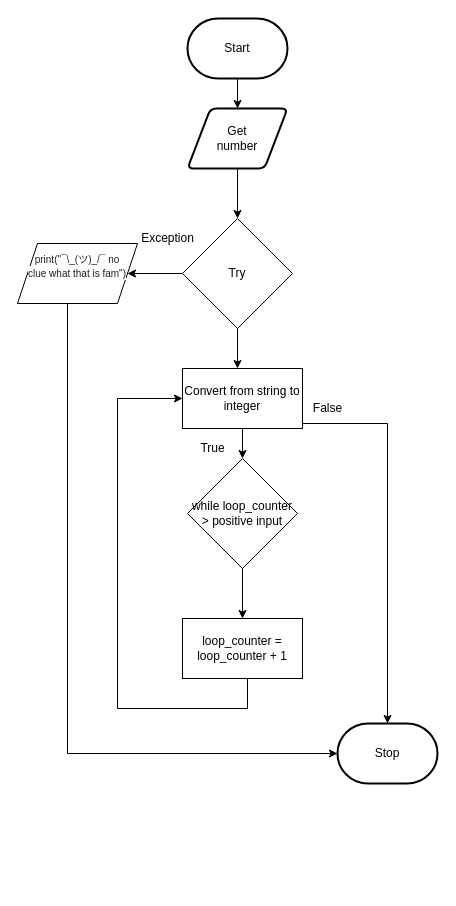
Before: flowchart.drawio in Huzaifa-Khalid-2/ICS3U-Unit4-01-Python, a draw.io diagram. Source tidied: cells renumbered, new cells numbered last; positions are measured from the earlier drawing's top-left corner, leaving out a move shared by most shapes. Both pictures are drawn from the tidied source at 100%, with x=0, y=0 at pixel (17, 18).
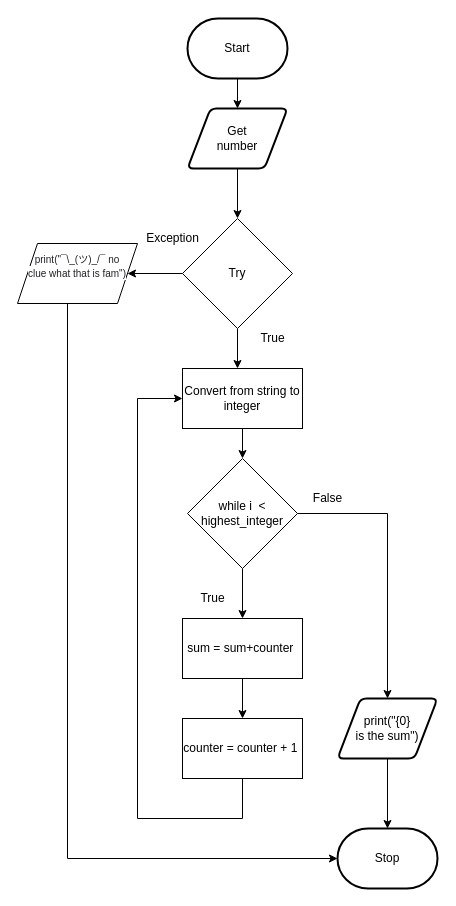
After the change.

Unchanged cells that the change refers to:
```xml
<mxCell id="15" value="&lt;span&gt;Convert from string to integer&lt;br&gt;&lt;/span&gt;" style="rounded=0;whiteSpace=wrap;html=1;" parent="1" vertex="1">
  <mxGeometry x="165" y="350" width="120" height="60" as="geometry" />
</mxCell>
<mxCell id="20" value="&lt;span id=&quot;docs-internal-guid-19b71a2f-7fff-7871-aa85-9836926f7299&quot;&gt;&lt;span style=&quot;font-family: &amp;#34;arial&amp;#34; ; color: rgb(32 , 33 , 36) ; background-color: rgb(255 , 255 , 255) ; vertical-align: baseline&quot;&gt;&lt;font style=&quot;font-size: 10px&quot;&gt;print(&quot;¯\_(ツ)_/¯ no &lt;br&gt;clue what that is fam&quot;)&lt;br&gt;&lt;br&gt;&lt;/font&gt;&lt;/span&gt;&lt;/span&gt;" style="shape=parallelogram;perimeter=parallelogramPerimeter;whiteSpace=wrap;html=1;fixedSize=1;" parent="1" vertex="1">
  <mxGeometry y="225" width="120" height="60" as="geometry" />
</mxCell>
```

Diff of the diagram source:
```diff
@@
     <mxCell id="4" value="Stop" style="strokeWidth=2;html=1;shape=mxgraph.flowchart.terminator;whiteSpace=wrap;" parent="1" vertex="1">
-      <mxGeometry x="320" y="705" width="100" height="60" as="geometry" />
+      <mxGeometry x="320" y="810" width="100" height="60" as="geometry" />
     </mxCell>
-    <mxCell id="5" style="edgeStyle=elbowEdgeStyle;html=1;elbow=vertical;entryX=0.5;entryY=0;entryDx=0;entryDy=0;rounded=0;exitX=1;exitY=0.5;exitDx=0;exitDy=0;entryPerimeter=0;" parent="1" edge="1" target="4">
+    <mxCell id="5" style="edgeStyle=elbowEdgeStyle;html=1;elbow=vertical;rounded=0;exitX=1;exitY=0.5;exitDx=0;exitDy=0;" parent="1" edge="1" source="17">
       <mxGeometry relative="1" as="geometry">
-        <mxPoint x="275" y="405" as="sourcePoint" />
+        <mxPoint x="370" y="680" as="targetPoint" />
         <Array as="points">
+          <mxPoint x="340" y="495" />
+          <mxPoint x="360" y="490" />
           <mxPoint x="320" y="405" />
         </Array>
       </mxGeometry>
     </mxCell>
+    <mxCell id="22" style="edgeStyle=none;html=1;" parent="1" edge="1" source="6" target="23">
+      <mxGeometry relative="1" as="geometry" />
+    </mxCell>
-    <mxCell id="6" value="&lt;span&gt;loop_counter = loop_counter + 1&lt;br&gt;&lt;/span&gt;" style="rounded=0;whiteSpace=wrap;html=1;" parent="1" vertex="1">
+    <mxCell id="6" value="&lt;span&gt;sum = sum+counter&amp;nbsp;&lt;br&gt;&lt;/span&gt;" style="rounded=0;whiteSpace=wrap;html=1;" parent="1" vertex="1">
       <mxGeometry x="165" y="600" width="120" height="60" as="geometry" />
     </mxCell>
-    <mxCell id="7" style="edgeStyle=orthogonalEdgeStyle;rounded=0;html=1;entryX=0;entryY=0.5;entryDx=0;entryDy=0;" parent="1" edge="1" target="15">
-      <mxGeometry relative="1" as="geometry">
-        <mxPoint x="220" y="660" as="sourcePoint" />
-        <Array as="points">
-          <mxPoint x="230" y="660" />
-          <mxPoint x="230" y="690" />
-          <mxPoint x="100" y="690" />
-          <mxPoint x="100" y="380" />
-        </Array>
-      </mxGeometry>
-    </mxCell>
     <mxCell id="8" value="False" style="text;html=1;align=center;verticalAlign=middle;strokeColor=none;fillColor=none;" parent="1" vertex="1">
-      <mxGeometry x="285" y="380" width="50" height="20" as="geometry" />
+      <mxGeometry x="285" y="470" width="50" height="20" as="geometry" />
     </mxCell>
@@
-    <mxCell id="17" value="while loop_counter &amp;gt; positive input" style="rhombus;whiteSpace=wrap;html=1;" parent="1" vertex="1">
+    <mxCell id="17" value="while i&amp;nbsp; &amp;lt; highest_integer" style="rhombus;whiteSpace=wrap;html=1;" parent="1" vertex="1">
       <mxGeometry x="170" y="440" width="110" height="110" as="geometry" />
     </mxCell>
-    <mxCell id="18" value="True" style="text;html=1;align=center;verticalAlign=middle;strokeColor=none;fillColor=none;" parent="1" vertex="1">
-      <mxGeometry x="175" y="420" width="40" height="20" as="geometry" />
-    </mxCell>
-    <mxCell id="19" style="edgeStyle=elbowEdgeStyle;rounded=0;html=1;fontSize=10;entryX=0;entryY=0.5;entryDx=0;entryDy=0;entryPerimeter=0;" parent="1" edge="1" source="20" target="4">
+    <mxCell id="19" style="edgeStyle=elbowEdgeStyle;html=1;entryX=0;entryY=0.5;entryDx=0;entryDy=0;rounded=0;entryPerimeter=0;" parent="1" edge="1" source="20" target="4">
       <mxGeometry relative="1" as="geometry">
         <Array as="points">
+          <mxPoint x="50" y="840" />
           <mxPoint x="50" y="310" />
-          <mxPoint x="60" y="350" />
+          <mxPoint x="60" y="300" />
+          <mxPoint x="50" y="508" />
         </Array>
       </mxGeometry>
     </mxCell>
@@
     <mxCell id="21" value="Exception" style="text;html=1;align=center;verticalAlign=middle;strokeColor=none;fillColor=none;" parent="1" vertex="1">
-      <mxGeometry x="115" y="210" width="70" height="20" as="geometry" />
+      <mxGeometry x="120" y="210" width="70" height="20" as="geometry" />
     </mxCell>
+    <mxCell id="23" value="&lt;span&gt;counter = counter + 1&amp;nbsp;&lt;br&gt;&lt;/span&gt;" style="rounded=0;whiteSpace=wrap;html=1;" parent="1" vertex="1">
+      <mxGeometry x="165" y="700" width="120" height="60" as="geometry" />
+    </mxCell>
+    <mxCell id="24" style="endArrow=classic;html=1;rounded=0;entryX=0;entryY=0.5;entryDx=0;entryDy=0;exitX=0.5;exitY=1;exitDx=0;exitDy=0;edgeStyle=orthogonalEdgeStyle;" parent="1" edge="1" source="23" target="15">
+      <mxGeometry relative="1" as="geometry">
+        <Array as="points">
+          <mxPoint x="225" y="800" />
+          <mxPoint x="120" y="800" />
+          <mxPoint x="120" y="380" />
+        </Array>
+      </mxGeometry>
+    </mxCell>
+    <mxCell id="25" value="True" style="text;html=1;align=center;verticalAlign=middle;strokeColor=none;fillColor=none;" parent="1" vertex="1">
+      <mxGeometry x="235" y="310" width="40" height="20" as="geometry" />
+    </mxCell>
+    <mxCell id="26" value="True" style="text;html=1;align=center;verticalAlign=middle;strokeColor=none;fillColor=none;" parent="1" vertex="1">
+      <mxGeometry x="175" y="570" width="40" height="20" as="geometry" />
+    </mxCell>
+    <mxCell id="27" style="edgeStyle=orthogonalEdgeStyle;rounded=0;html=1;" parent="1" edge="1" source="28" target="4">
+      <mxGeometry relative="1" as="geometry" />
+    </mxCell>
+    <mxCell id="28" value="print(&quot;{0} &lt;br&gt;is the sum&quot;)" style="shape=parallelogram;html=1;strokeWidth=2;perimeter=parallelogramPerimeter;whiteSpace=wrap;rounded=1;arcSize=12;size=0.23;" parent="1" vertex="1">
+      <mxGeometry x="320" y="680" width="100" height="60" as="geometry" />
+    </mxCell>
```
